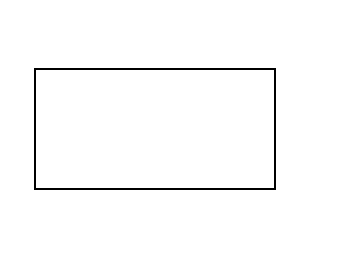
Earlier version of the draw.io diagram Ludonarrative RR.drawio (RenderRebels/RenderRebelsGAME1002). Source tidied: cells renumbered, new cells numbered last; positions are measured from the earlier drawing's top-left corner, leaving out a move shared by most shapes. Both pictures are drawn from the tidied source at 200%, with x=0, y=0 at pixel (34, 68).
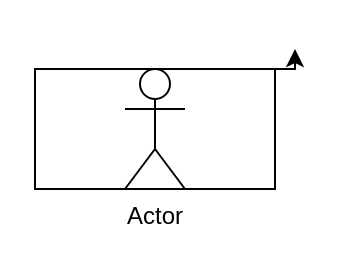
After the change.

Change to the diagram source:
```diff
@@
 <mxGraphModel>
   <root>
     <mxCell id="0" />
     <mxCell id="1" parent="0" />
+    <mxCell id="3" style="edgeStyle=orthogonalEdgeStyle;rounded=0;jettySize=auto;html=1;exitX=1;exitY=0;exitDx=0;exitDy=0;" parent="1" edge="1" source="2">
+      <mxGeometry relative="1" as="geometry">
+        <mxPoint x="130" y="-10" as="targetPoint" />
+      </mxGeometry>
+    </mxCell>
     <mxCell id="2" style="rounded=0;whiteSpace=wrap;html=1;" parent="1" vertex="1">
       <mxGeometry width="120" height="60" as="geometry" />
     </mxCell>
+    <mxCell id="4" value="Actor" style="shape=umlActor;verticalLabelPosition=bottom;verticalAlign=top;html=1;" parent="1" vertex="1">
+      <mxGeometry x="45" width="30" height="60" as="geometry" />
+    </mxCell>
   </root>
 </mxGraphModel>
```
